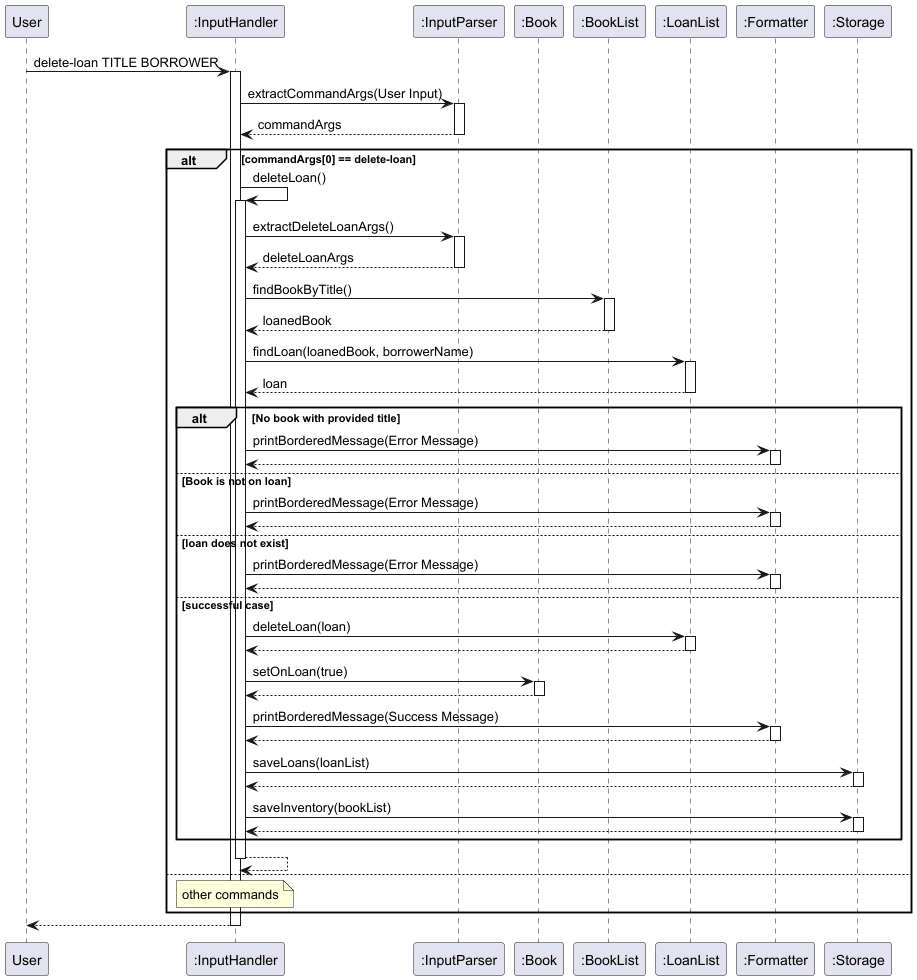
Before: docs/images/deleteLoan.png, a diagram exported from PlantUML (AY2425S2-CS2113-T12-2/tp). The source it was exported from:
```plantuml
@startuml
autoactivate on
participant User
participant InputHandler as ":InputHandler"
participant InputParser as ":InputParser"
participant Book as ":Book"
participant BookList as ":BookList"
participant LoanList as ":LoanList"
participant Formatter as ":Formatter"
participant Storage as ":Storage"
User -> InputHandler : delete-loan TITLE BORROWER
    InputHandler -> InputParser : extractCommandArgs(User Input)
    return commandArgs
alt commandArgs[0] == delete-loan
    InputHandler -> InputHandler : deleteLoan()
    InputHandler -> InputParser : extractDeleteLoanArgs()
    return deleteLoanArgs
    InputHandler -> BookList : findBookByTitle()
    return loanedBook
    InputHandler -> LoanList : findLoan(loanedBook, borrowerName)
    return loan

    alt No book with provided title
        InputHandler -> Formatter : printBorderedMessage(Error Message)
        return
    else Book is not on loan
        InputHandler -> Formatter : printBorderedMessage(Error Message)
        return
    else loan does not exist
        InputHandler -> Formatter : printBorderedMessage(Error Message)
        return
    else successful case
        InputHandler -> LoanList : deleteLoan(loan)
        return
        InputHandler -> Book : setOnLoan(true)
        return
        InputHandler -> Formatter : printBorderedMessage(Success Message)
        return
        InputHandler -> Storage : saveLoans(loanList)
        return
        InputHandler -> Storage : saveInventory(bookList)
        return
    end
    return

else
    note over InputHandler : other commands
end
return
@enduml
```
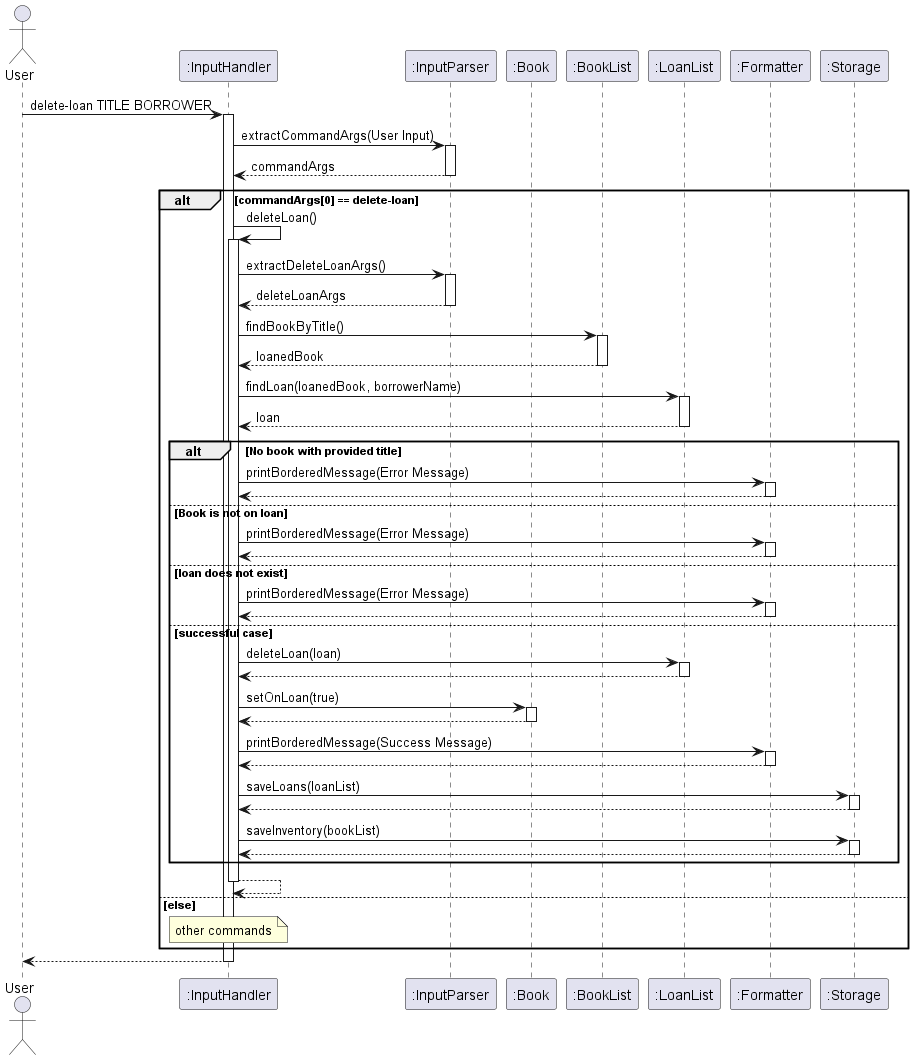
After the commit.

Commit message:
Update deleteLoan, removeBook diagram

Change to the diagram source:
```diff
@@ -1,6 +1,6 @@
 @startuml
 autoactivate on
-participant User
+actor User
 participant InputHandler as ":InputHandler"
 participant InputParser as ":InputParser"
 participant Book as ":Book"
@@ -43,7 +43,7 @@
     end
     return
 
-else
+else else
     note over InputHandler : other commands
 end
 return
```
